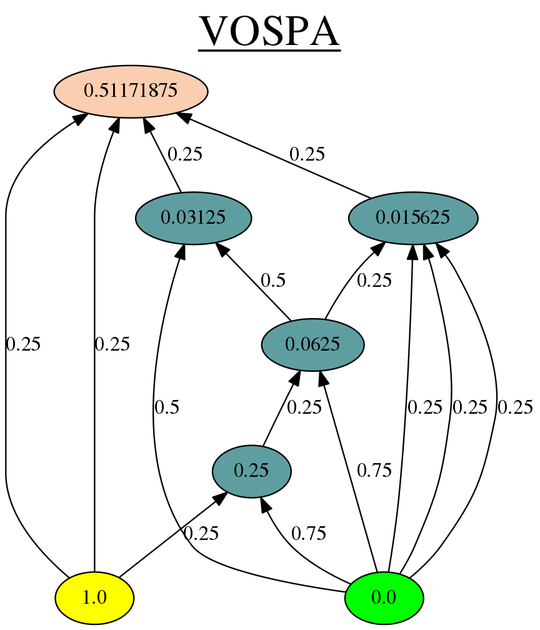
iitramar/guiTool keeps this Graphviz diagram as GuiTool/image/Vospa/VospaDot.png. Above is the earlier version. Its source is kept beside it as GuiTool/image/Vospa/VospaDot.dot.
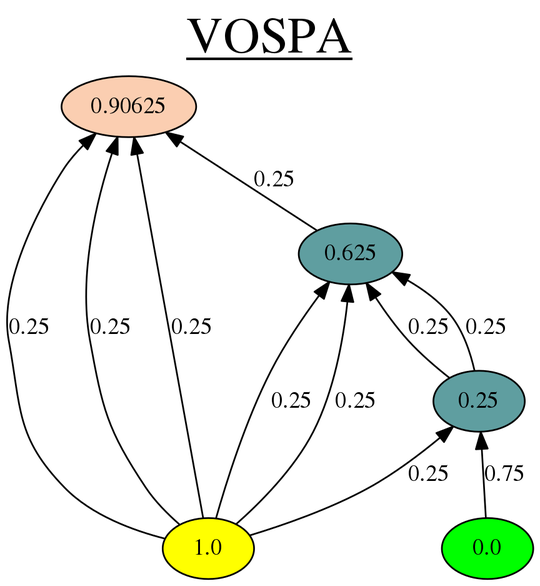
After the commit.

Change to the diagram source:
```diff
@@ -6,31 +6,23 @@
 1.0->0.25[label=0.25];
 0.0[style=filled, fillcolor=green];
 0.0->0.25[label=0.75];
-0.25->0.0625[label=0.25];
-0.0[style=filled, fillcolor=green];
-0.0->0.0625[label=0.75];
-0.0625->0.03125[label=0.5];
-0.0[style=filled, fillcolor=green];
-0.0->0.03125[label=0.5];
-0.015625 [style=filled, fillcolor=white];
-0.0625->0.015625[label=0.25];
-0.015625 [style=filled, fillcolor=white];
-0.0->0.015625[label=0.25];
-0.015625 [style=filled, fillcolor=white];
-0.0->0.015625[label=0.25];
-0.015625 [style=filled, fillcolor=white];
-0.0->0.015625[label=0.25];
-0.015625[style=filled, fillcolor="#5F9EA0"];
-0.51171875 [style=filled, fillcolor=white];
-1.0->0.51171875[label=0.25];
-0.51171875 [style=filled, fillcolor=white];
-1.0->0.51171875[label=0.25];
-0.51171875 [style=filled, fillcolor=white];
-0.03125->0.51171875[label=0.25];
-0.51171875 [style=filled, fillcolor=white];
-0.015625->0.51171875[label=0.25];
-0.51171875 [style=filled, fillcolor="#FBCEB1"];
-0.03125[style=filled, fillcolor="#5F9EA0"];
-0.0625[style=filled, fillcolor="#5F9EA0"];
+0.625 [style=filled, fillcolor=white];
+1.0->0.625[label=0.25];
+0.625 [style=filled, fillcolor=white];
+1.0->0.625[label=0.25];
+0.625 [style=filled, fillcolor=white];
+0.25->0.625[label=0.25];
+0.625 [style=filled, fillcolor=white];
+0.25->0.625[label=0.25];
+0.625[style=filled, fillcolor="#5F9EA0"];
+0.90625 [style=filled, fillcolor=white];
+1.0->0.90625[label=0.25];
+0.90625 [style=filled, fillcolor=white];
+1.0->0.90625[label=0.25];
+0.90625 [style=filled, fillcolor=white];
+1.0->0.90625[label=0.25];
+0.90625 [style=filled, fillcolor=white];
+0.625->0.90625[label=0.25];
+0.90625 [style=filled, fillcolor="#FBCEB1"];
 0.25[style=filled, fillcolor="#5F9EA0"];
 }
```
